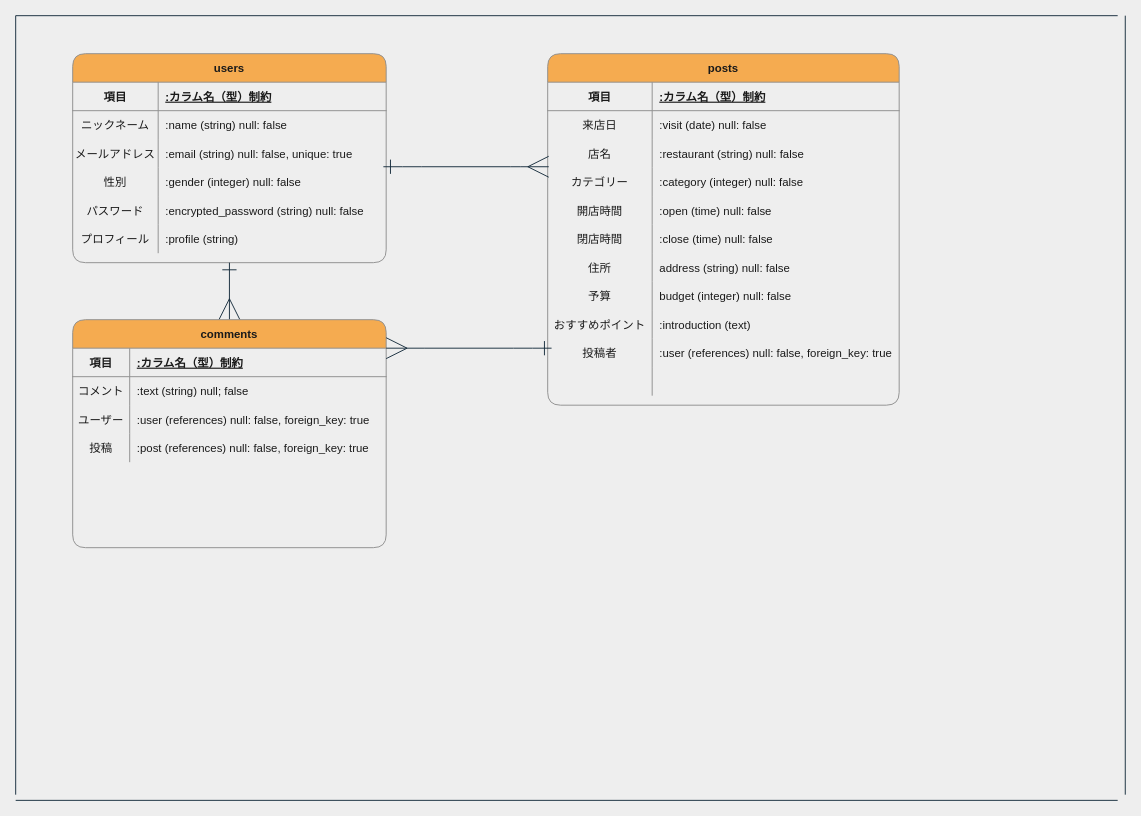
The draw.io diagram flrp_s_ER.dio in d1-s/FLRP_S, before the edit. Source tidied: cells renumbered, new cells numbered last; positions are measured from the earlier drawing's top-left corner, leaving out a move shared by most shapes. Both pictures are drawn from the tidied source at 95%, with x=0, y=0 at pixel (15, 15).
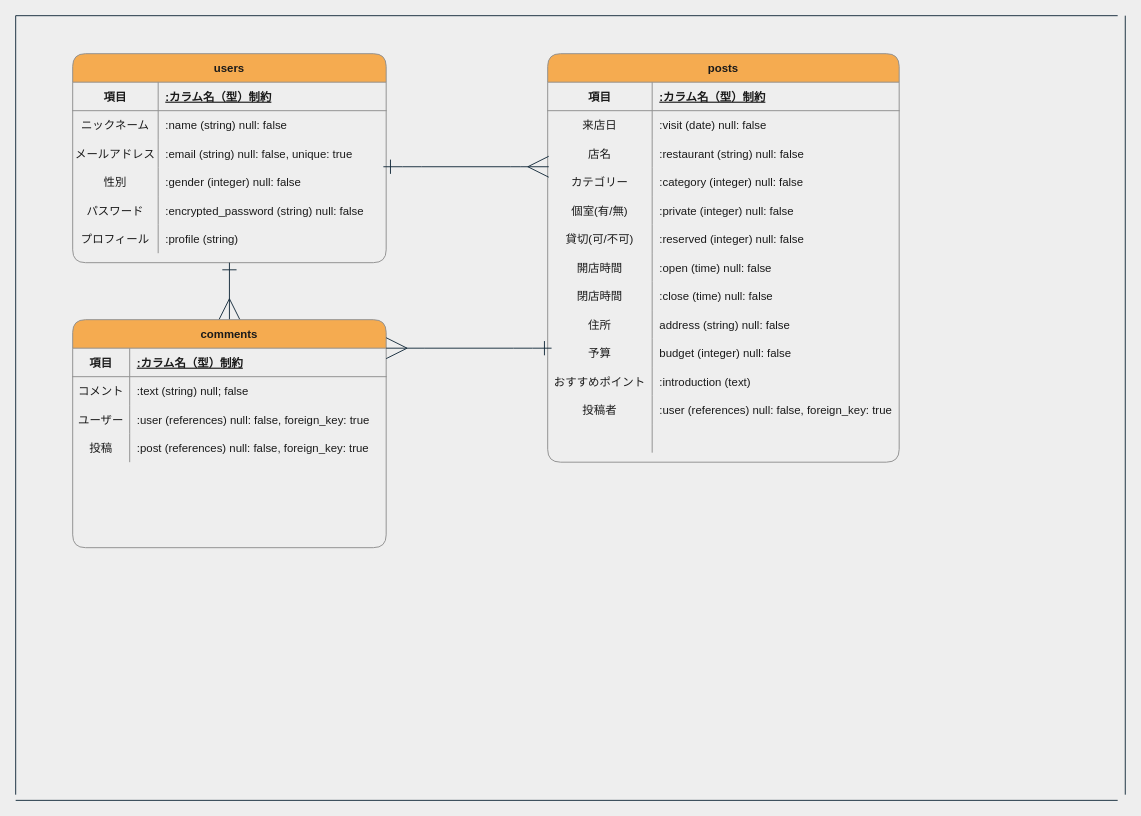
Above is the later version.

Diff of the diagram source:
```diff
@@
     <mxCell id="25" value="posts" style="shape=table;startSize=30;childLayout=tableLayout;rowLines=0;fontStyle=1;align=center;fillColor=#F5AB50;strokeColor=#909090;fontColor=#1A1A1A;rounded=1;" parent="1" vertex="1">
-      <mxGeometry x="560" y="40" width="370" height="370" as="geometry" />
+      <mxGeometry x="560" y="40" width="370" height="430" as="geometry" />
     </mxCell>
@@
+    <mxCell id="75" style="shape=partialRectangle;fillColor=none;top=0;left=0;bottom=0;right=0;strokeColor=#909090;fontColor=#1A1A1A;" parent="25" vertex="1">
+      <mxGeometry y="150" width="370" height="30" as="geometry" />
+    </mxCell>
+    <mxCell id="76" value="個室(有/無)" style="shape=partialRectangle;fillColor=none;top=0;left=0;bottom=0;right=0;overflow=hidden;strokeColor=#909090;fontColor=#1A1A1A;" parent="75" vertex="1">
+      <mxGeometry width="110" height="30" as="geometry" />
+    </mxCell>
+    <mxCell id="77" value=":private (integer) null: false" style="shape=partialRectangle;fillColor=none;top=0;left=0;bottom=0;right=0;align=left;spacingLeft=6;overflow=hidden;strokeColor=#909090;fontColor=#1A1A1A;" parent="75" vertex="1">
+      <mxGeometry x="110" width="260" height="30" as="geometry" />
+    </mxCell>
+    <mxCell id="78" style="shape=partialRectangle;fillColor=none;top=0;left=0;bottom=0;right=0;strokeColor=#909090;fontColor=#1A1A1A;" parent="25" vertex="1">
+      <mxGeometry y="180" width="370" height="30" as="geometry" />
+    </mxCell>
+    <mxCell id="79" value="貸切(可/不可)" style="shape=partialRectangle;fillColor=none;top=0;left=0;bottom=0;right=0;overflow=hidden;strokeColor=#909090;fontColor=#1A1A1A;" parent="78" vertex="1">
+      <mxGeometry width="110" height="30" as="geometry" />
+    </mxCell>
+    <mxCell id="80" value=":reserved (integer) null: false" style="shape=partialRectangle;fillColor=none;top=0;left=0;bottom=0;right=0;align=left;spacingLeft=6;overflow=hidden;strokeColor=#909090;fontColor=#1A1A1A;" parent="78" vertex="1">
+      <mxGeometry x="110" width="260" height="30" as="geometry" />
+    </mxCell>
     <mxCell id="38" style="shape=partialRectangle;fillColor=none;top=0;left=0;bottom=0;right=0;strokeColor=#909090;fontColor=#1A1A1A;" parent="25" vertex="1">
-      <mxGeometry y="150" width="370" height="30" as="geometry" />
+      <mxGeometry y="210" width="370" height="30" as="geometry" />
     </mxCell>
@@
     <mxCell id="41" style="shape=partialRectangle;fillColor=none;top=0;left=0;bottom=0;right=0;strokeColor=#909090;fontColor=#1A1A1A;" parent="25" vertex="1">
-      <mxGeometry y="180" width="370" height="30" as="geometry" />
+      <mxGeometry y="240" width="370" height="30" as="geometry" />
     </mxCell>
@@
     <mxCell id="44" style="shape=partialRectangle;fillColor=none;top=0;left=0;bottom=0;right=0;strokeColor=#909090;fontColor=#1A1A1A;" parent="25" vertex="1">
-      <mxGeometry y="210" width="370" height="30" as="geometry" />
+      <mxGeometry y="270" width="370" height="30" as="geometry" />
     </mxCell>
@@
     <mxCell id="47" style="shape=partialRectangle;fillColor=none;top=0;left=0;bottom=0;right=0;strokeColor=#909090;fontColor=#1A1A1A;" parent="25" vertex="1">
-      <mxGeometry y="240" width="370" height="30" as="geometry" />
+      <mxGeometry y="300" width="370" height="30" as="geometry" />
     </mxCell>
@@
     <mxCell id="50" style="shape=partialRectangle;fillColor=none;top=0;left=0;bottom=0;right=0;strokeColor=#909090;fontColor=#1A1A1A;" parent="25" vertex="1">
-      <mxGeometry y="270" width="370" height="30" as="geometry" />
+      <mxGeometry y="330" width="370" height="30" as="geometry" />
     </mxCell>
@@
     <mxCell id="53" style="shape=partialRectangle;fillColor=none;top=0;left=0;bottom=0;right=0;strokeColor=#909090;fontColor=#1A1A1A;" parent="25" vertex="1">
-      <mxGeometry y="300" width="370" height="30" as="geometry" />
+      <mxGeometry y="360" width="370" height="30" as="geometry" />
     </mxCell>
@@
     <mxCell id="56" style="shape=partialRectangle;fillColor=none;top=0;left=0;bottom=0;right=0;strokeColor=#909090;fontColor=#1A1A1A;" parent="25" vertex="1">
-      <mxGeometry y="330" width="370" height="30" as="geometry" />
+      <mxGeometry y="390" width="370" height="30" as="geometry" />
     </mxCell>
```
